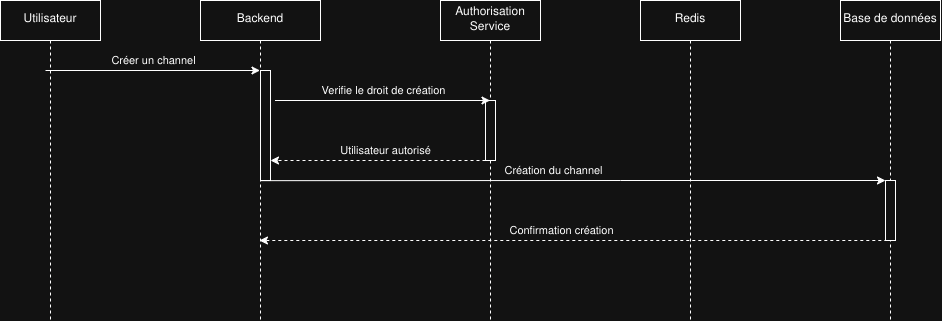
Earlier version of the draw.io export diagramme/sequence-permission-creation-channel.drawio.png (benoit-planche/tda-beep). Source tidied: cells renumbered, new cells last; positions are measured from the earlier drawing's top-left corner, leaving out a move shared by most shapes.
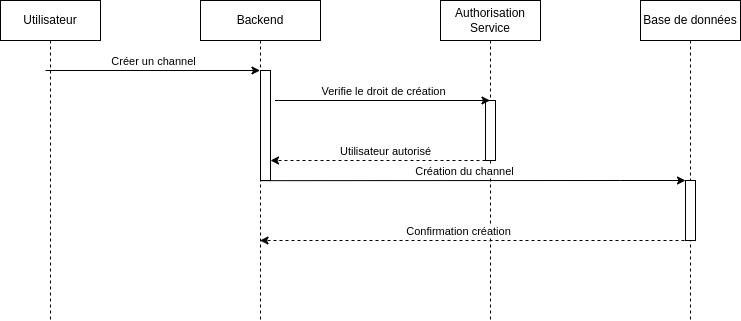
Above is the later version.

The edit, as a diff of the source:
```diff
@@ -17,69 +17,65 @@
     <mxCell id="6" style="html=1;perimeter=orthogonalPerimeter;targetShapes=umlLifeline;newEdgeStyle={&quot;edgeStyle&quot;:&quot;elbowEdgeStyle&quot;,&quot;elbow&quot;:&quot;vertical&quot;,&quot;curved&quot;:0,&quot;rounded&quot;:0};" parent="5" vertex="1">
       <mxGeometry x="60" y="70" width="10" height="110" as="geometry" />
     </mxCell>
-    <mxCell id="7" style="endArrow=classic;html=1;rounded=0;" parent="1" edge="1" target="5">
-      <mxGeometry relative="1" as="geometry">
-        <mxPoint x="45" y="70" as="sourcePoint" />
-      </mxGeometry>
-    </mxCell>
+    <mxCell id="20" style="endArrow=classic;html=1;rounded=0;" parent="1" edge="1" target="5">
+      <mxGeometry relative="1" as="geometry">
+        <mxPoint x="45" y="70" as="sourcePoint" />
+      </mxGeometry>
+    </mxCell>
-    <mxCell id="8" value="Créer un channel" style="edgeLabel;html=1;align=center;verticalAlign=middle;" parent="7" vertex="1">
+    <mxCell id="8" value="Créer un channel" style="edgeLabel;html=1;align=center;verticalAlign=middle;" parent="20" vertex="1">
       <mxGeometry x="-0.03" relative="1" as="geometry">
         <mxPoint x="3" y="-10" as="offset" />
       </mxGeometry>
     </mxCell>
-    <mxCell id="9" style="endArrow=classic;html=1;rounded=0;" parent="1" edge="1">
-      <mxGeometry relative="1" as="geometry">
-        <mxPoint x="274.5" y="100" as="sourcePoint" />
-        <mxPoint x="489.5" y="100" as="targetPoint" />
-      </mxGeometry>
-    </mxCell>
+    <mxCell id="21" style="endArrow=classic;html=1;rounded=0;" parent="1" edge="1">
+      <mxGeometry relative="1" as="geometry">
+        <mxPoint x="274.5" y="100" as="sourcePoint" />
+        <mxPoint x="489.5" y="100" as="targetPoint" />
+      </mxGeometry>
+    </mxCell>
-    <mxCell id="10" value="Verifie le droit de création" style="edgeLabel;html=1;align=center;verticalAlign=middle;" parent="9" vertex="1">
+    <mxCell id="10" value="Verifie le droit de création" style="edgeLabel;html=1;align=center;verticalAlign=middle;" parent="21" vertex="1">
       <mxGeometry x="-0.03" relative="1" as="geometry">
         <mxPoint x="3" y="-10" as="offset" />
       </mxGeometry>
     </mxCell>
-    <mxCell id="11" value="Redis" style="shape=umlLifeline;perimeter=lifelinePerimeter;whiteSpace=wrap;html=1;newEdgeStyle={&quot;edgeStyle&quot;:&quot;elbowEdgeStyle&quot;,&quot;elbow&quot;:&quot;vertical&quot;,&quot;curved&quot;:0,&quot;rounded&quot;:0};" parent="1" vertex="1">
-      <mxGeometry x="640" width="100" height="320" as="geometry" />
-    </mxCell>
-    <mxCell id="12" style="endArrow=classic;html=1;rounded=0;exitX=0.501;exitY=0.278;exitDx=0;exitDy=0;exitPerimeter=0;" parent="1" edge="1">
-      <mxGeometry relative="1" as="geometry">
-        <mxPoint x="260.1" y="180.2" as="sourcePoint" />
-        <mxPoint x="885" y="180" as="targetPoint" />
-        <Array as="points">
-          <mxPoint x="620" y="180" />
-        </Array>
-      </mxGeometry>
-    </mxCell>
+    <mxCell id="22" style="endArrow=classic;html=1;rounded=0;exitX=0.501;exitY=0.278;exitDx=0;exitDy=0;exitPerimeter=0;" parent="1" edge="1" target="17">
+      <mxGeometry relative="1" as="geometry">
+        <mxPoint x="260.1" y="180.2" as="sourcePoint" />
+        <Array as="points">
+          <mxPoint x="620" y="180" />
+        </Array>
+      </mxGeometry>
+    </mxCell>
-    <mxCell id="13" value="Création du channel" style="edgeLabel;html=1;align=center;verticalAlign=middle;" parent="12" vertex="1">
+    <mxCell id="13" value="Création du channel" style="edgeLabel;html=1;align=center;verticalAlign=middle;" parent="22" vertex="1">
       <mxGeometry x="-0.11" y="4" relative="1" as="geometry">
         <mxPoint x="14" y="-6" as="offset" />
       </mxGeometry>
     </mxCell>
-    <mxCell id="14" style="endArrow=classic;html=1;rounded=0;dashed=1;" parent="1" edge="1" source="4">
-      <mxGeometry relative="1" as="geometry">
-        <mxPoint x="270" y="160" as="targetPoint" />
-        <Array as="points">
-          <mxPoint x="390" y="160" />
-        </Array>
-      </mxGeometry>
-    </mxCell>
+    <mxCell id="23" style="endArrow=classic;html=1;rounded=0;dashed=1;" parent="1" edge="1" source="4">
+      <mxGeometry relative="1" as="geometry">
+        <mxPoint x="270" y="160" as="targetPoint" />
+        <Array as="points">
+          <mxPoint x="390" y="160" />
+        </Array>
+      </mxGeometry>
+    </mxCell>
-    <mxCell id="15" value="Utilisateur autorisé" style="edgeLabel;html=1;align=center;verticalAlign=middle;" parent="14" vertex="1">
+    <mxCell id="15" value="Utilisateur autorisé" style="edgeLabel;html=1;align=center;verticalAlign=middle;" parent="23" vertex="1">
       <mxGeometry x="-0.08" relative="1" as="geometry">
         <mxPoint x="-2" y="-10" as="offset" />
       </mxGeometry>
     </mxCell>
     <mxCell id="16" value="Base de données" style="shape=umlLifeline;perimeter=lifelinePerimeter;whiteSpace=wrap;html=1;newEdgeStyle={&quot;edgeStyle&quot;:&quot;elbowEdgeStyle&quot;,&quot;elbow&quot;:&quot;vertical&quot;,&quot;curved&quot;:0,&quot;rounded&quot;:0};" parent="1" vertex="1">
-      <mxGeometry x="840" width="100" height="320" as="geometry" />
+      <mxGeometry x="640" width="100" height="320" as="geometry" />
     </mxCell>
     <mxCell id="17" style="html=1;points=[];perimeter=orthogonalPerimeter;outlineConnect=0;targetShapes=umlLifeline;portConstraint=eastwest;newEdgeStyle={&quot;edgeStyle&quot;:&quot;elbowEdgeStyle&quot;,&quot;elbow&quot;:&quot;vertical&quot;,&quot;curved&quot;:0,&quot;rounded&quot;:0};" parent="16" vertex="1">
       <mxGeometry x="45" y="180" width="10" height="60" as="geometry" />
     </mxCell>
-    <mxCell id="18" style="endArrow=classic;html=1;rounded=0;dashed=1;" parent="1" edge="1" target="5">
-      <mxGeometry relative="1" as="geometry">
-        <mxPoint x="892.8" y="240" as="sourcePoint" />
-      </mxGeometry>
-    </mxCell>
+    <mxCell id="24" style="endArrow=classic;html=1;rounded=0;dashed=1;" parent="1" edge="1" target="5">
+      <mxGeometry relative="1" as="geometry">
+        <mxPoint x="690" y="240" as="sourcePoint" />
+      </mxGeometry>
+    </mxCell>
-    <mxCell id="19" value="Confirmation création" style="edgeLabel;html=1;align=center;verticalAlign=middle;" parent="18" vertex="1">
+    <mxCell id="19" value="Confirmation création" style="edgeLabel;html=1;align=center;verticalAlign=middle;" parent="24" vertex="1">
       <mxGeometry x="-0.02" y="1" relative="1" as="geometry">
         <mxPoint x="-23" y="-11" as="offset" />
       </mxGeometry>
```
